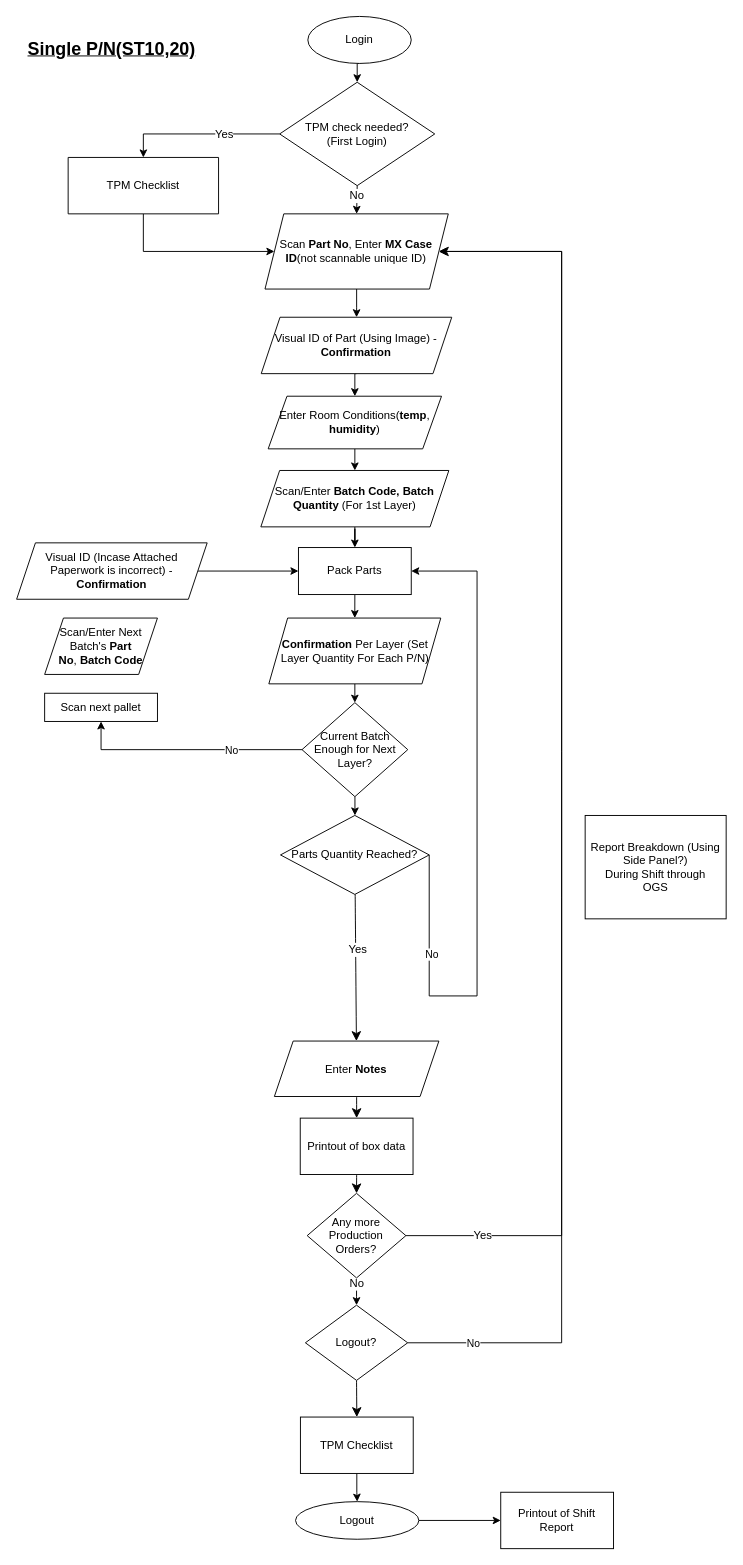
Before: page "Single Part Box" (2 of 3) of MX Room OGS Flowchart.drawio in brian129/test, a draw.io diagram. Source tidied: cells renumbered, new cells numbered last; positions are measured from the earlier drawing's top-left corner, leaving out a move shared by most shapes. Both pictures are drawn from the tidied source at 94%, with x=0, y=0 at pixel (16, 16).
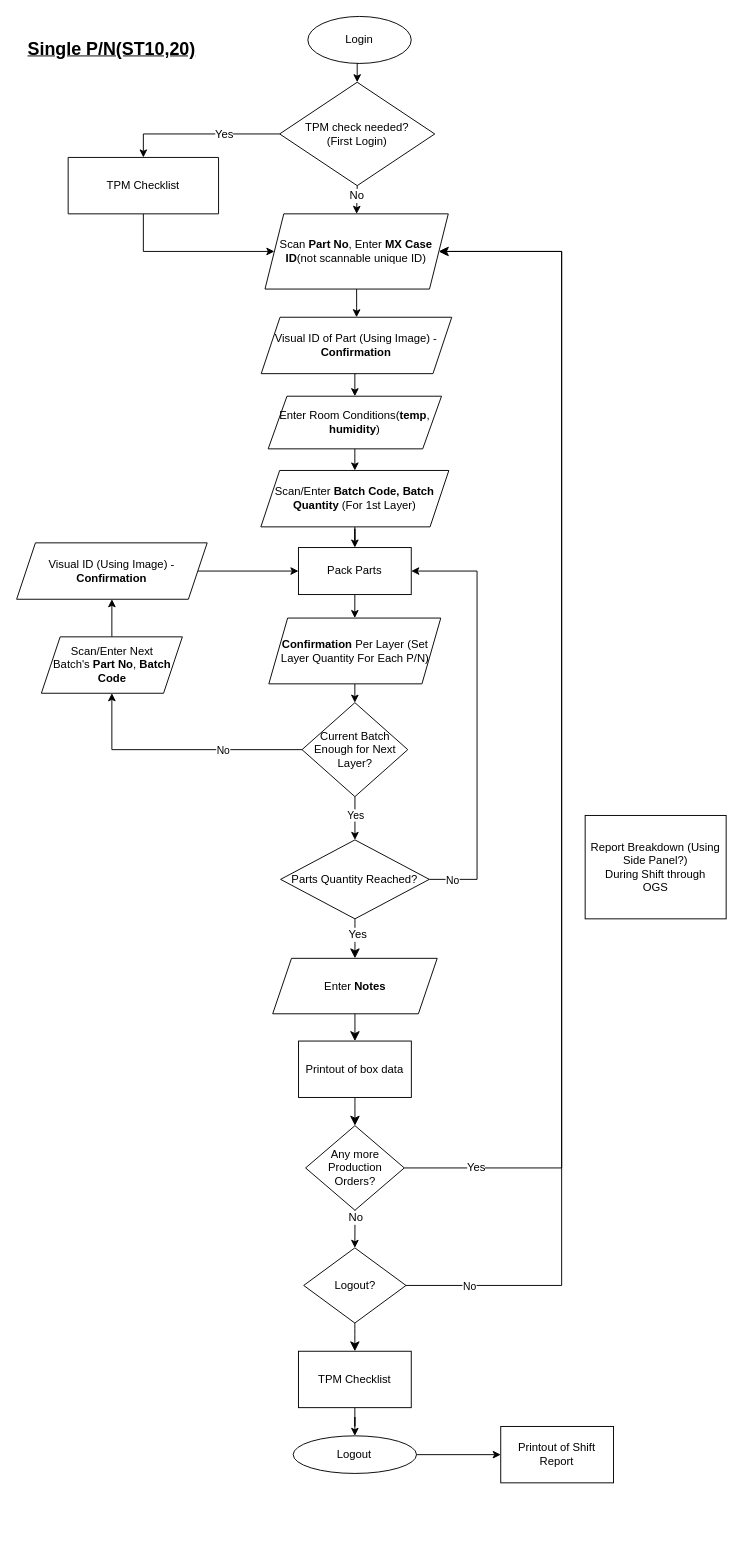
The same page after the edit.

Unchanged cells that the change refers to:
```xml
<mxCell id="28" value="Scan&amp;nbsp;&lt;b&gt;Part No&lt;/b&gt;, Enter&amp;nbsp;&lt;b&gt;MX Case ID&lt;/b&gt;(not scannable unique ID)" style="shape=parallelogram;perimeter=parallelogramPerimeter;whiteSpace=wrap;html=1;fixedSize=1;" parent="1" vertex="1">
  <mxGeometry x="264.4" y="210" width="195" height="80" as="geometry" />
</mxCell>
<mxCell id="39" value="Pack Parts" style="rounded=0;whiteSpace=wrap;html=1;" parent="1" vertex="1">
  <mxGeometry x="300" y="565" width="120" height="50" as="geometry" />
</mxCell>
<mxCell id="49" value="Current Batch Enough for Next Layer?" style="rhombus;whiteSpace=wrap;html=1;" parent="1" vertex="1">
  <mxGeometry x="303.8" y="730" width="112.5" height="100" as="geometry" />
</mxCell>
<mxCell id="55" value="&lt;b&gt;Confirmation &lt;/b&gt;Per&lt;b&gt;&amp;nbsp;&lt;/b&gt;Layer (Set Layer Quantity For Each P/N)" style="shape=parallelogram;perimeter=parallelogramPerimeter;whiteSpace=wrap;html=1;fixedSize=1;" parent="1" vertex="1">
  <mxGeometry x="268.5" y="640" width="182.9" height="70" as="geometry" />
</mxCell>
```

Change to the diagram source:
```diff
@@
     <mxCell id="12" style="edgeStyle=orthogonalEdgeStyle;rounded=0;jettySize=auto;html=1;exitX=1;exitY=0.5;exitDx=0;exitDy=0;entryX=1;entryY=0.5;entryDx=0;entryDy=0;" parent="1" edge="1" source="15" target="28">
       <mxGeometry relative="1" as="geometry">
         <Array as="points">
-          <mxPoint x="580" y="1411" />
+          <mxPoint x="580" y="1350" />
           <mxPoint x="580" y="250" />
         </Array>
       </mxGeometry>
     </mxCell>
@@
     <mxCell id="15" value="Logout?" style="rhombus;whiteSpace=wrap;html=1;fontSize=12;" parent="1" vertex="1">
-      <mxGeometry x="307.4" y="1371" width="108.8" height="80" as="geometry" />
+      <mxGeometry x="305.6" y="1310" width="108.8" height="80" as="geometry" />
     </mxCell>
@@
     <mxCell id="17" value="TPM Checklist" style="whiteSpace=wrap;html=1;fontSize=12;" parent="1" vertex="1">
-      <mxGeometry x="302.1" y="1490" width="120" height="60" as="geometry" />
+      <mxGeometry x="300" y="1420" width="120" height="60" as="geometry" />
     </mxCell>
@@
     <mxCell id="20" style="edgeStyle=none;curved=0;rounded=0;jettySize=auto;html=1;exitX=1;exitY=0.5;exitDx=0;exitDy=0;entryX=1;entryY=0.5;entryDx=0;entryDy=0;fontSize=12;startSize=8;endSize=8;" parent="1" edge="1" source="22" target="28">
       <mxGeometry relative="1" as="geometry">
         <Array as="points">
-          <mxPoint x="580" y="1297" />
+          <mxPoint x="580" y="1225" />
           <mxPoint x="580" y="937" />
           <mxPoint x="580" y="782" />
           <mxPoint x="580" y="520" />
           <mxPoint x="580" y="250" />
         </Array>
       </mxGeometry>
     </mxCell>
@@
     <mxCell id="22" value="Any more Production Orders?" style="rhombus;whiteSpace=wrap;html=1;fontSize=12;" parent="1" vertex="1">
-      <mxGeometry x="309.3" y="1252" width="105" height="90" as="geometry" />
+      <mxGeometry x="307.6" y="1180" width="105" height="90" as="geometry" />
     </mxCell>
     <mxCell id="23" value="Logout" style="ellipse;whiteSpace=wrap;html=1;" parent="1" vertex="1">
-      <mxGeometry x="296.9" y="1580" width="131.2" height="40" as="geometry" />
+      <mxGeometry x="294.4" y="1510" width="131.2" height="40" as="geometry" />
     </mxCell>
@@
     <mxCell id="26" value="Printout of box data" style="rounded=0;whiteSpace=wrap;html=1;" parent="1" vertex="1">
-      <mxGeometry x="301.9" y="1172" width="120" height="60" as="geometry" />
+      <mxGeometry x="300.1" y="1090" width="120" height="60" as="geometry" />
     </mxCell>
@@
     <mxCell id="32" value="Enter &lt;b&gt;Notes&lt;/b&gt;" style="shape=parallelogram;perimeter=parallelogramPerimeter;whiteSpace=wrap;html=1;fixedSize=1;" parent="1" vertex="1">
-      <mxGeometry x="274.4" y="1090" width="175" height="59" as="geometry" />
+      <mxGeometry x="272.6" y="1002" width="175" height="59" as="geometry" />
     </mxCell>
@@
     <mxCell id="35" style="edgeStyle=orthogonalEdgeStyle;rounded=0;jettySize=auto;html=1;exitX=1;exitY=0.5;exitDx=0;exitDy=0;entryX=1;entryY=0.5;entryDx=0;entryDy=0;" parent="1" edge="1" source="37" target="39">
       <mxGeometry relative="1" as="geometry">
         <Array as="points">
-          <mxPoint x="490" y="1042" />
+          <mxPoint x="490" y="918" />
           <mxPoint x="490" y="590" />
         </Array>
       </mxGeometry>
     </mxCell>
     <mxCell id="36" value="No" style="edgeLabel;html=1;align=center;verticalAlign=middle;" parent="35" vertex="1">
-      <mxGeometry x="-0.71" y="2" relative="1" as="geometry" />
+      <mxGeometry x="-0.71" y="2" relative="1" as="geometry">
+        <mxPoint x="-25" y="15" as="offset" />
+      </mxGeometry>
     </mxCell>
     <mxCell id="37" value="Parts Quantity Reached?" style="rhombus;whiteSpace=wrap;html=1;fontSize=12;" parent="1" vertex="1">
-      <mxGeometry x="280.9" y="850" width="158.2" height="84" as="geometry" />
+      <mxGeometry x="281" y="876" width="158.2" height="84" as="geometry" />
     </mxCell>
@@
+    <mxCell id="56" style="edgeStyle=orthogonalEdgeStyle;rounded=0;jettySize=auto;html=1;exitX=0.5;exitY=0;exitDx=0;exitDy=0;entryX=0.5;entryY=1;entryDx=0;entryDy=0;" parent="1" edge="1" source="40" target="51">
+      <mxGeometry relative="1" as="geometry" />
+    </mxCell>
     <mxCell id="40" value="Scan/Enter Next Batch's&amp;nbsp;&lt;b&gt;Part No&lt;/b&gt;,&amp;nbsp;&lt;b&gt;Batch Code&lt;/b&gt;" style="shape=parallelogram;perimeter=parallelogramPerimeter;whiteSpace=wrap;html=1;fixedSize=1;" parent="1" vertex="1">
-      <mxGeometry x="30" y="640" width="120" height="60" as="geometry" />
+      <mxGeometry x="26.5" y="660" width="150" height="60" as="geometry" />
     </mxCell>
@@
     <mxCell id="44" value="Printout of Shift Report" style="whiteSpace=wrap;html=1;" parent="1" vertex="1">
-      <mxGeometry x="515.2" y="1570" width="120" height="60" as="geometry" />
+      <mxGeometry x="515.2" y="1500" width="120" height="60" as="geometry" />
     </mxCell>
-    <mxCell id="45" value="Scan next pallet" style="rounded=0;whiteSpace=wrap;html=1;" parent="1" vertex="1">
-      <mxGeometry x="30" y="720" width="120" height="30" as="geometry" />
-    </mxCell>
-    <mxCell id="46" style="edgeStyle=orthogonalEdgeStyle;rounded=0;jettySize=auto;html=1;exitX=0;exitY=0.5;exitDx=0;exitDy=0;entryX=0.5;entryY=1;entryDx=0;entryDy=0;" parent="1" edge="1" source="49" target="45">
+    <mxCell id="46" style="edgeStyle=orthogonalEdgeStyle;rounded=0;jettySize=auto;html=1;exitX=0;exitY=0.5;exitDx=0;exitDy=0;entryX=0.5;entryY=1;entryDx=0;entryDy=0;" parent="1" edge="1" source="49" target="40">
       <mxGeometry relative="1" as="geometry" />
     </mxCell>
@@
-    <mxCell id="48" style="edgeStyle=orthogonalEdgeStyle;rounded=0;jettySize=auto;html=1;" parent="1" edge="1" source="49" target="37">
+    <mxCell id="48" style="edgeStyle=orthogonalEdgeStyle;rounded=0;jettySize=auto;html=1;entryX=0.5;entryY=0;entryDx=0;entryDy=0;" parent="1" edge="1" source="49" target="37">
       <mxGeometry relative="1" as="geometry" />
     </mxCell>
+    <mxCell id="57" value="Yes" style="edgeLabel;html=1;align=center;verticalAlign=middle;" parent="48" vertex="1">
+      <mxGeometry x="-0.6" y="-1" relative="1" as="geometry">
+        <mxPoint x="1" y="11" as="offset" />
+      </mxGeometry>
+    </mxCell>
@@
-    <mxCell id="51" value="Visual ID (Incase Attached Paperwork is incorrect) - &lt;b&gt;Confirmation&lt;/b&gt;" style="shape=parallelogram;perimeter=parallelogramPerimeter;whiteSpace=wrap;html=1;fixedSize=1;" parent="1" vertex="1">
+    <mxCell id="51" value="Visual ID (Using Image) - &lt;b&gt;Confirmation&lt;/b&gt;" style="shape=parallelogram;perimeter=parallelogramPerimeter;whiteSpace=wrap;html=1;fixedSize=1;" parent="1" vertex="1">
       <mxGeometry x="0.2" y="560" width="202.7" height="60" as="geometry" />
     </mxCell>
@@
-    <mxCell id="54" style="edgeStyle=orthogonalEdgeStyle;rounded=0;jettySize=auto;html=1;" parent="1" edge="1" source="55" target="49">
+    <mxCell id="54" style="edgeStyle=orthogonalEdgeStyle;rounded=0;jettySize=auto;html=1;entryX=0.5;entryY=0;entryDx=0;entryDy=0;" parent="1" edge="1" source="55" target="49">
       <mxGeometry relative="1" as="geometry" />
     </mxCell>
```
